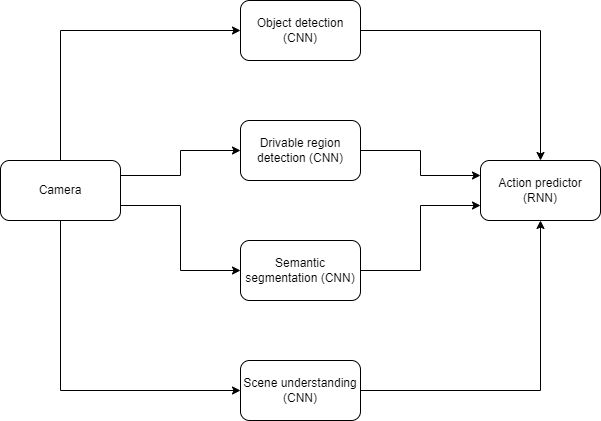
Before: img/system-design/tesla1.png, a diagram exported from draw.io (riehseun/riehseun.github.io). Source tidied: cells renumbered, new cells last; positions are measured from the earlier drawing's top-left corner, leaving out a move shared by most shapes. Source of this version:
```xml
<mxGraphModel>
  <root>
    <mxCell id="0" />
    <mxCell id="1" parent="0" />
    <mxCell id="2" style="edgeStyle=orthogonalEdgeStyle;rounded=0;jettySize=auto;html=1;exitX=0.5;exitY=0;exitDx=0;exitDy=0;entryX=0;entryY=0.5;entryDx=0;entryDy=0;" parent="1" edge="1" source="6" target="8">
      <mxGeometry relative="1" as="geometry" />
    </mxCell>
    <mxCell id="3" style="edgeStyle=orthogonalEdgeStyle;rounded=0;jettySize=auto;html=1;exitX=0.5;exitY=1;exitDx=0;exitDy=0;entryX=0;entryY=0.5;entryDx=0;entryDy=0;" parent="1" edge="1" source="6" target="14">
      <mxGeometry relative="1" as="geometry" />
    </mxCell>
    <mxCell id="4" style="edgeStyle=orthogonalEdgeStyle;rounded=0;jettySize=auto;html=1;exitX=1;exitY=0.25;exitDx=0;exitDy=0;entryX=0;entryY=0.5;entryDx=0;entryDy=0;" parent="1" edge="1" source="6" target="10">
      <mxGeometry relative="1" as="geometry" />
    </mxCell>
    <mxCell id="5" style="edgeStyle=orthogonalEdgeStyle;rounded=0;jettySize=auto;html=1;exitX=1;exitY=0.75;exitDx=0;exitDy=0;entryX=0;entryY=0.5;entryDx=0;entryDy=0;" parent="1" edge="1" source="6" target="12">
      <mxGeometry relative="1" as="geometry" />
    </mxCell>
    <mxCell id="6" value="Camera" style="rounded=1;whiteSpace=wrap;html=1;" parent="1" vertex="1">
      <mxGeometry y="160" width="120" height="60" as="geometry" />
    </mxCell>
    <mxCell id="7" style="edgeStyle=orthogonalEdgeStyle;rounded=0;jettySize=auto;html=1;exitX=1;exitY=0.5;exitDx=0;exitDy=0;entryX=0.5;entryY=0;entryDx=0;entryDy=0;" parent="1" edge="1" source="8" target="15">
      <mxGeometry relative="1" as="geometry" />
    </mxCell>
    <mxCell id="8" value="Object detection (CNN)" style="rounded=1;whiteSpace=wrap;html=1;" parent="1" vertex="1">
      <mxGeometry x="240" width="120" height="60" as="geometry" />
    </mxCell>
    <mxCell id="9" style="edgeStyle=orthogonalEdgeStyle;rounded=0;jettySize=auto;html=1;exitX=1;exitY=0.5;exitDx=0;exitDy=0;entryX=0;entryY=0.25;entryDx=0;entryDy=0;" parent="1" edge="1" source="10" target="15">
      <mxGeometry relative="1" as="geometry" />
    </mxCell>
    <mxCell id="10" value="Drivable region detection (CNN)" style="rounded=1;whiteSpace=wrap;html=1;" parent="1" vertex="1">
      <mxGeometry x="240" y="120" width="120" height="60" as="geometry" />
    </mxCell>
    <mxCell id="11" style="edgeStyle=orthogonalEdgeStyle;rounded=0;jettySize=auto;html=1;exitX=1;exitY=0.5;exitDx=0;exitDy=0;entryX=0;entryY=0.75;entryDx=0;entryDy=0;" parent="1" edge="1" source="12" target="15">
      <mxGeometry relative="1" as="geometry" />
    </mxCell>
    <mxCell id="12" value="Semantic segmentation (CNN)" style="rounded=1;whiteSpace=wrap;html=1;" parent="1" vertex="1">
      <mxGeometry x="240" y="240" width="120" height="60" as="geometry" />
    </mxCell>
    <mxCell id="13" style="edgeStyle=orthogonalEdgeStyle;rounded=0;jettySize=auto;html=1;exitX=1;exitY=0.5;exitDx=0;exitDy=0;" parent="1" edge="1" source="14" target="15">
      <mxGeometry relative="1" as="geometry" />
    </mxCell>
    <mxCell id="14" value="Scene understanding (CNN)" style="rounded=1;whiteSpace=wrap;html=1;" parent="1" vertex="1">
      <mxGeometry x="240" y="360" width="120" height="60" as="geometry" />
    </mxCell>
    <mxCell id="15" value="Action predictor (RNN)" style="rounded=1;whiteSpace=wrap;html=1;" parent="1" vertex="1">
      <mxGeometry x="480" y="160" width="120" height="60" as="geometry" />
    </mxCell>
  </root>
</mxGraphModel>
```
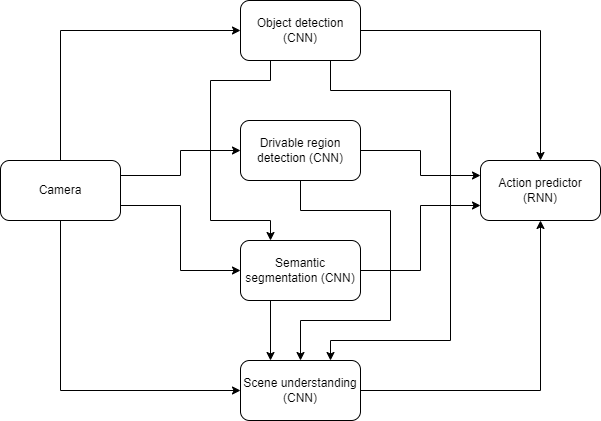
The same diagram one commit later.

Diff of the diagram source:
```diff
@@ -20,18 +20,51 @@
     <mxCell id="7" style="edgeStyle=orthogonalEdgeStyle;rounded=0;jettySize=auto;html=1;exitX=1;exitY=0.5;exitDx=0;exitDy=0;entryX=0.5;entryY=0;entryDx=0;entryDy=0;" parent="1" edge="1" source="8" target="15">
       <mxGeometry relative="1" as="geometry" />
     </mxCell>
+    <mxCell id="16" style="edgeStyle=orthogonalEdgeStyle;rounded=0;jettySize=auto;html=1;exitX=0.25;exitY=1;exitDx=0;exitDy=0;entryX=0.25;entryY=0;entryDx=0;entryDy=0;" parent="1" edge="1" source="8" target="12">
+      <mxGeometry relative="1" as="geometry">
+        <Array as="points">
+          <mxPoint x="270" y="80" />
+          <mxPoint x="210" y="80" />
+          <mxPoint x="210" y="220" />
+          <mxPoint x="270" y="220" />
+        </Array>
+      </mxGeometry>
+    </mxCell>
+    <mxCell id="17" style="edgeStyle=orthogonalEdgeStyle;rounded=0;jettySize=auto;html=1;exitX=0.75;exitY=1;exitDx=0;exitDy=0;entryX=0.75;entryY=0;entryDx=0;entryDy=0;" parent="1" edge="1" source="8" target="14">
+      <mxGeometry relative="1" as="geometry">
+        <Array as="points">
+          <mxPoint x="330" y="90" />
+          <mxPoint x="450" y="90" />
+          <mxPoint x="450" y="340" />
+          <mxPoint x="330" y="340" />
+        </Array>
+      </mxGeometry>
+    </mxCell>
     <mxCell id="8" value="Object detection (CNN)" style="rounded=1;whiteSpace=wrap;html=1;" parent="1" vertex="1">
       <mxGeometry x="240" width="120" height="60" as="geometry" />
     </mxCell>
     <mxCell id="9" style="edgeStyle=orthogonalEdgeStyle;rounded=0;jettySize=auto;html=1;exitX=1;exitY=0.5;exitDx=0;exitDy=0;entryX=0;entryY=0.25;entryDx=0;entryDy=0;" parent="1" edge="1" source="10" target="15">
       <mxGeometry relative="1" as="geometry" />
     </mxCell>
+    <mxCell id="18" style="edgeStyle=orthogonalEdgeStyle;rounded=0;jettySize=auto;html=1;exitX=0.5;exitY=1;exitDx=0;exitDy=0;entryX=0.5;entryY=0;entryDx=0;entryDy=0;" parent="1" edge="1" source="10" target="14">
+      <mxGeometry relative="1" as="geometry">
+        <Array as="points">
+          <mxPoint x="300" y="210" />
+          <mxPoint x="390" y="210" />
+          <mxPoint x="390" y="320" />
+          <mxPoint x="300" y="320" />
+        </Array>
+      </mxGeometry>
+    </mxCell>
     <mxCell id="10" value="Drivable region detection (CNN)" style="rounded=1;whiteSpace=wrap;html=1;" parent="1" vertex="1">
       <mxGeometry x="240" y="120" width="120" height="60" as="geometry" />
     </mxCell>
     <mxCell id="11" style="edgeStyle=orthogonalEdgeStyle;rounded=0;jettySize=auto;html=1;exitX=1;exitY=0.5;exitDx=0;exitDy=0;entryX=0;entryY=0.75;entryDx=0;entryDy=0;" parent="1" edge="1" source="12" target="15">
       <mxGeometry relative="1" as="geometry" />
     </mxCell>
+    <mxCell id="19" style="edgeStyle=orthogonalEdgeStyle;rounded=0;jettySize=auto;html=1;exitX=0.25;exitY=1;exitDx=0;exitDy=0;entryX=0.25;entryY=0;entryDx=0;entryDy=0;" parent="1" edge="1" source="12" target="14">
+      <mxGeometry relative="1" as="geometry" />
+    </mxCell>
     <mxCell id="12" value="Semantic segmentation (CNN)" style="rounded=1;whiteSpace=wrap;html=1;" parent="1" vertex="1">
       <mxGeometry x="240" y="240" width="120" height="60" as="geometry" />
     </mxCell>
```
